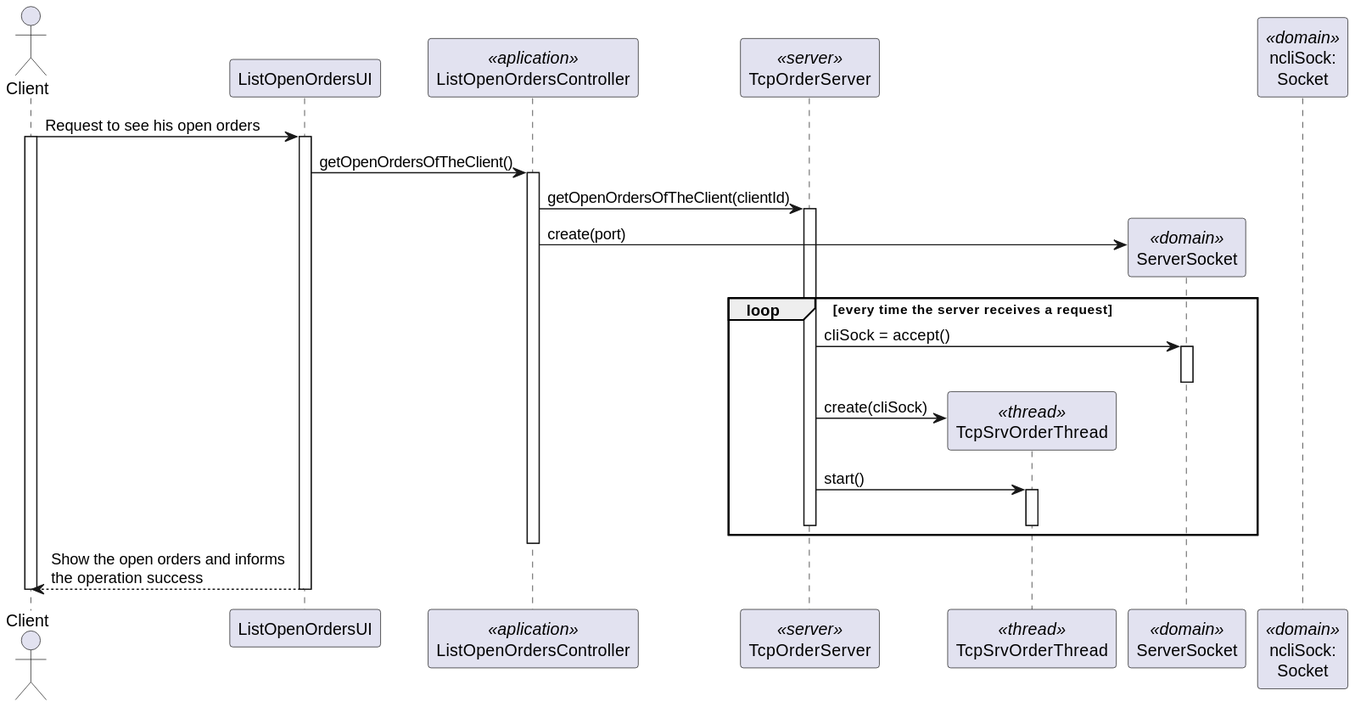
Before: docs/1201382/US1502/US1502_SD.svg, a diagram exported from PlantUML (0franciscor/lei21_22_s4_2de_01). Its diagram source:
```plantuml
@startuml

actor "Client" as EMPLOYEE
participant ListOpenOrdersUI as UI
participant ListOpenOrdersController as CT <<aplication>>
participant TcpOrderServer as SRV <<server>>
participant TcpSrvOrderThread as RQ <<thread>>
participant ServerSocket as SS <<domain>>
participant "ncliSock:\nSocket" as S <<domain>>

EMPLOYEE -> UI : Request to see his open orders
activate EMPLOYEE

activate UI
UI -> CT : getOpenOrdersOfTheClient()
activate CT



CT -> SRV : getOpenOrdersOfTheClient(clientId)
activate SRV


CT -> SS** : create(port)

loop every time the server receives a request

SRV -> SS : cliSock = accept()

activate SS
deactivate SS

SRV -> RQ** : create(cliSock)

SRV -> RQ : start()
activate RQ
deactivate SRV


deactivate RQ

end
deactivate CT

UI --> EMPLOYEE : Show the open orders and informs\nthe operation success
deactivate UI
deactivate EMPLOYEE





deactivate SRV
@enduml
```
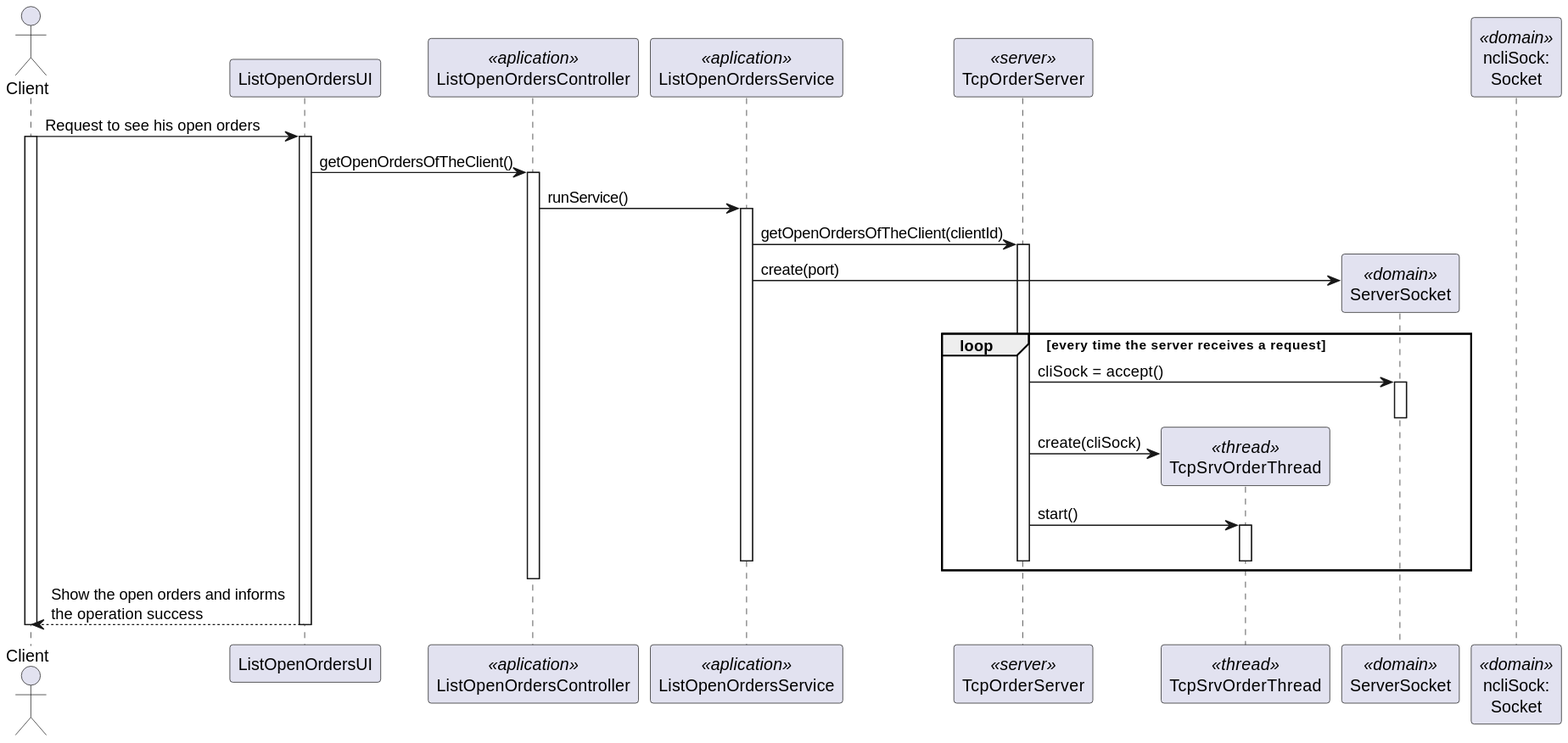
The same file after the commit.

Commit message:
#33 - Some changes in Sequence Diagram to US1502

Change to the diagram source:
```diff
@@ -3,6 +3,7 @@
 actor "Client" as EMPLOYEE
 participant ListOpenOrdersUI as UI
 participant ListOpenOrdersController as CT <<aplication>>
+participant ListOpenOrdersService as SV <<aplication>>
 participant TcpOrderServer as SRV <<server>>
 participant TcpSrvOrderThread as RQ <<thread>>
 participant ServerSocket as SS <<domain>>
@@ -14,14 +15,17 @@
 activate UI
 UI -> CT : getOpenOrdersOfTheClient()
 activate CT
+CT -> SV : runService()
+activate SV
 
 
 
-CT -> SRV : getOpenOrdersOfTheClient(clientId)
+SV -> SRV : getOpenOrdersOfTheClient(clientId)
+
 activate SRV
 
 
-CT -> SS** : create(port)
+SV -> SS** : create(port)
 
 loop every time the server receives a request
 
@@ -38,7 +42,7 @@
 
 
 deactivate RQ
-
+deactivate SV
 end
 deactivate CT
 
```
